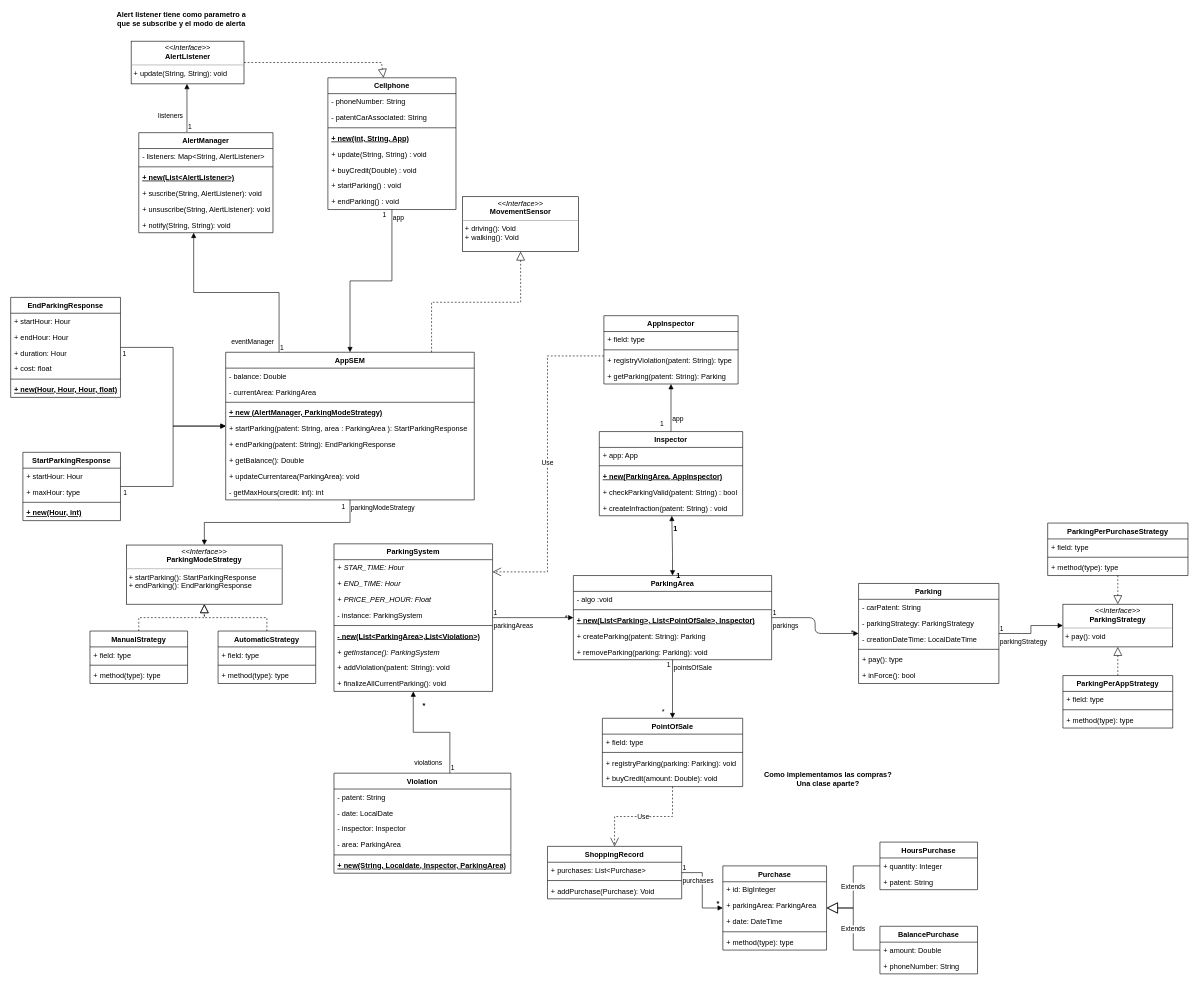
Before: tp-final.drawio in ramirez7358/tp-final-obj-2, a draw.io diagram. Source tidied: cells renumbered, new cells numbered last; positions are measured from the earlier drawing's top-left corner, leaving out a move shared by most shapes. Both pictures are drawn from the tidied source at 61%, with x=0, y=0 at pixel (10, 10).
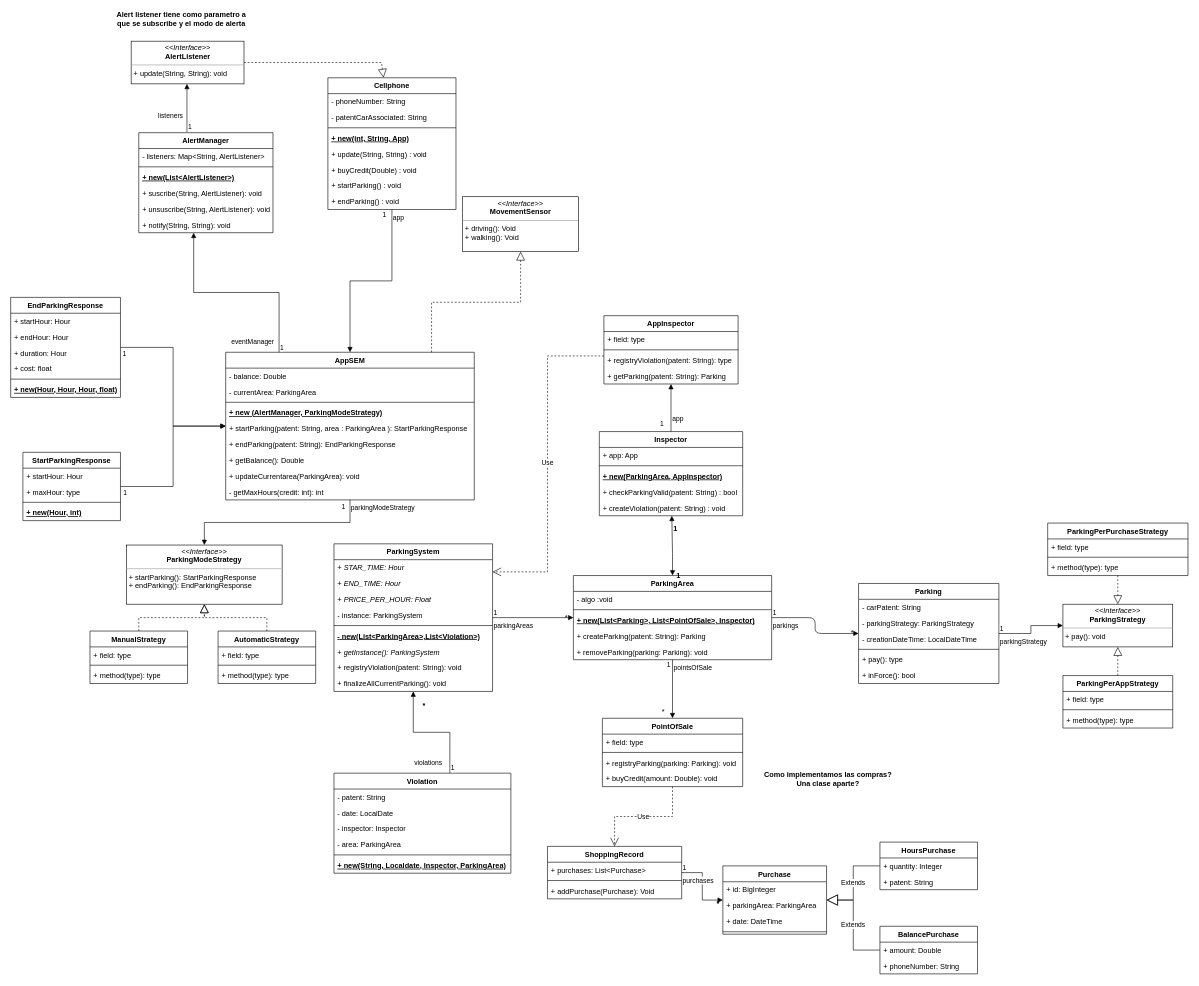
Above is the later version.

Unchanged cells that the change refers to:
```xml
<mxCell id="2" value="ParkingSystem" style="swimlane;fontStyle=1;align=center;verticalAlign=top;horizontal=1;startSize=26;" parent="1" vertex="1">
  <mxGeometry x="530" y="874" width="260" height="242" as="geometry" />
</mxCell>
<mxCell id="76" value="Inspector" style="swimlane;fontStyle=1;align=center;verticalAlign=top;horizontal=1;startSize=26;" parent="1" vertex="1">
  <mxGeometry x="965" y="690" width="235" height="138" as="geometry" />
</mxCell>
```

The edit, as a diff of the source:
```diff
@@
-    <mxCell id="10" value="+ addViolation(patent: String): void" style="text;strokeColor=none;fillColor=none;align=left;verticalAlign=top;spacingLeft=4;spacingRight=4;overflow=hidden;fontStyle=0;" parent="2" vertex="1">
+    <mxCell id="10" value="+ registryViolation(patent: String): void" style="text;strokeColor=none;fillColor=none;align=left;verticalAlign=top;spacingLeft=4;spacingRight=4;overflow=hidden;fontStyle=0;" parent="2" vertex="1">
       <mxGeometry y="190" width="260" height="26" as="geometry" />
     </mxCell>
@@
-    <mxCell id="81" value="+ createInfraction(patent: String) : void" style="text;strokeColor=none;fillColor=none;align=left;verticalAlign=top;spacingLeft=4;spacingRight=4;overflow=hidden;fontStyle=0;" parent="76" vertex="1">
+    <mxCell id="81" value="+ createViolation(patent: String) : void" style="text;strokeColor=none;fillColor=none;align=left;verticalAlign=top;spacingLeft=4;spacingRight=4;overflow=hidden;fontStyle=0;" parent="76" vertex="1">
       <mxGeometry y="112" width="235" height="26" as="geometry" />
     </mxCell>
@@
     <mxCell id="148" value="Purchase" style="swimlane;fontStyle=1;align=center;verticalAlign=top;horizontal=1;startSize=26;" parent="1" vertex="1">
-      <mxGeometry x="1167.5" y="1402" width="170" height="138" as="geometry" />
+      <mxGeometry x="1167.5" y="1402" width="170" height="112" as="geometry" />
     </mxCell>
@@
-    <mxCell id="153" value="+ method(type): type" style="text;strokeColor=none;fillColor=none;align=left;verticalAlign=top;spacingLeft=4;spacingRight=4;overflow=hidden;" parent="148" vertex="1">
-      <mxGeometry y="112" width="170" height="26" as="geometry" />
-    </mxCell>
```
